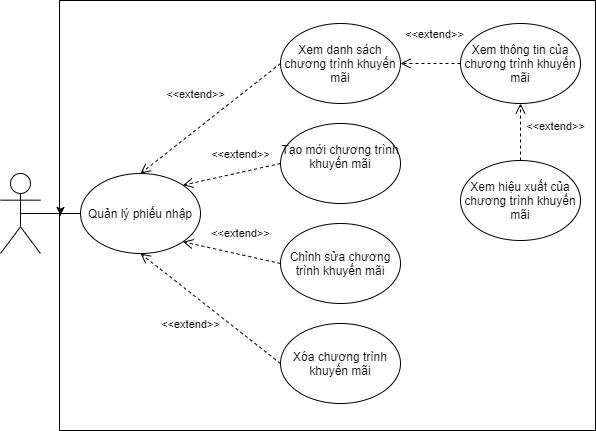
TccKaiCi/PTTK_CuaHangGiay keeps this draw.io diagram as Diagram/UseCase/QL.KhuyenMai.png. Above is the earlier version. Source tidied: cells renumbered, new cells last; positions are measured from the earlier drawing's top-left corner, leaving out a move shared by most shapes.
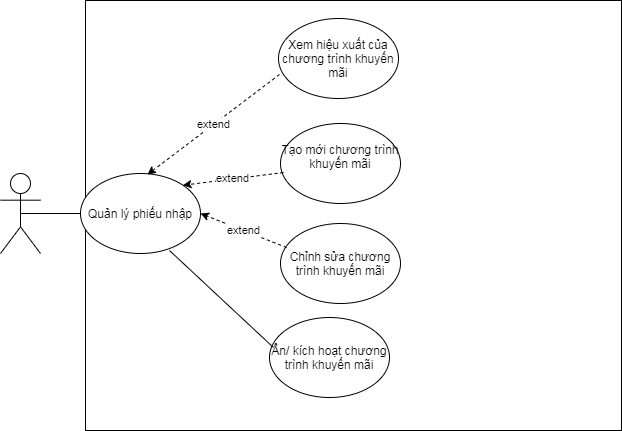
After the commit.

Diff of the diagram source:
```diff
@@ -2,9 +2,9 @@
   <root>
     <mxCell id="0" />
     <mxCell id="1" parent="0" />
-    <mxCell id="2" style="edgeStyle=orthogonalEdgeStyle;rounded=0;jettySize=auto;html=1;" parent="1" edge="1" source="3" target="14">
-      <mxGeometry relative="1" as="geometry" />
-    </mxCell>
+    <mxCell id="14" style="rounded=0;whiteSpace=wrap;html=1;gradientColor=#ffffff;labelBackgroundColor=none;noLabel=1;fontColor=none;fillColor=none;" parent="1" vertex="1">
+      <mxGeometry x="85" width="536" height="430" as="geometry" />
+    </mxCell>
     <mxCell id="3" style="shape=umlActor;verticalLabelPosition=bottom;verticalAlign=top;html=1;outlineConnect=0;" parent="1" vertex="1">
       <mxGeometry y="173" width="40" height="80" as="geometry" />
     </mxCell>
@@ -17,43 +17,26 @@
     <mxCell id="6" value="Tạo mới chương trình khuyến mãi&lt;br&gt;&amp;nbsp;" style="ellipse;whiteSpace=wrap;html=1;" parent="1" vertex="1">
       <mxGeometry x="280" y="123" width="120" height="80" as="geometry" />
     </mxCell>
-    <mxCell id="7" value="Xem danh sách chương trình khuyến mãi" style="ellipse;whiteSpace=wrap;html=1;" parent="1" vertex="1">
-      <mxGeometry x="280" y="23" width="120" height="80" as="geometry" />
-    </mxCell>
-    <mxCell id="8" value="Xóa chương trình khuyến mãi" style="ellipse;whiteSpace=wrap;html=1;" parent="1" vertex="1">
-      <mxGeometry x="280" y="323" width="120" height="80" as="geometry" />
+    <mxCell id="8" value="Ẩn/ kích hoạt chương trình khuyến mãi" style="ellipse;whiteSpace=wrap;html=1;" parent="1" vertex="1">
+      <mxGeometry x="269" y="317" width="120" height="80" as="geometry" />
     </mxCell>
     <mxCell id="9" style="endArrow=none;html=1;exitX=0.5;exitY=0.5;exitDx=0;exitDy=0;exitPerimeter=0;" parent="1" edge="1" source="3" target="4">
       <mxGeometry relative="1" as="geometry" />
     </mxCell>
-    <mxCell id="10" value="&amp;lt;&amp;lt;extend&amp;gt;&amp;gt;" style="html=1;verticalAlign=bottom;endArrow=open;dashed=1;endSize=8;exitX=0;exitY=0.5;exitDx=0;exitDy=0;entryX=0.5;entryY=0;entryDx=0;entryDy=0;" parent="1" edge="1" source="7" target="4">
-      <mxGeometry x="0.03" y="-21" relative="1" as="geometry" />
-    </mxCell>
-    <mxCell id="11" value="&amp;lt;&amp;lt;extend&amp;gt;&amp;gt;" style="html=1;verticalAlign=bottom;endArrow=open;dashed=1;endSize=8;exitX=0;exitY=0.5;exitDx=0;exitDy=0;entryX=0.5;entryY=1;entryDx=0;entryDy=0;" parent="1" edge="1" source="8" target="4">
-      <mxGeometry y="32" relative="1" as="geometry" />
-    </mxCell>
+    <mxCell id="16" value="Xem hiệu xuất của chương trình khuyến mãi&lt;br&gt;" style="ellipse;whiteSpace=wrap;html=1;" parent="1" vertex="1">
+      <mxGeometry x="278" y="18" width="120" height="80" as="geometry" />
+    </mxCell>
-    <mxCell id="12" value="&amp;lt;&amp;lt;extend&amp;gt;&amp;gt;" style="html=1;verticalAlign=bottom;endArrow=open;dashed=1;endSize=8;exitX=0;exitY=0.5;exitDx=0;exitDy=0;entryX=1;entryY=1;entryDx=0;entryDy=0;" parent="1" edge="1" source="5" target="4">
-      <mxGeometry x="-0.12" y="-13" relative="1" as="geometry">
-        <mxPoint y="1" as="offset" />
-      </mxGeometry>
+    <mxCell id="12" value="extend" style="endArrow=classic;html=1;exitX=0.05;exitY=0.3;exitDx=0;exitDy=0;exitPerimeter=0;entryX=1;entryY=0.5;entryDx=0;entryDy=0;dashed=1;" parent="1" edge="1" source="5" target="4">
+      <mxGeometry relative="1" as="geometry" />
     </mxCell>
-    <mxCell id="13" value="&amp;lt;&amp;lt;extend&amp;gt;&amp;gt;" style="html=1;verticalAlign=bottom;endArrow=open;dashed=1;endSize=8;exitX=0;exitY=0.5;exitDx=0;exitDy=0;entryX=1;entryY=0;entryDx=0;entryDy=0;" parent="1" edge="1" source="6" target="4">
-      <mxGeometry x="-0.22" y="-9" relative="1" as="geometry" />
+    <mxCell id="13" value="extend" style="endArrow=classic;html=1;exitX=0.025;exitY=0.613;exitDx=0;exitDy=0;exitPerimeter=0;entryX=1;entryY=0;entryDx=0;entryDy=0;dashed=1;" parent="1" edge="1" source="6" target="4">
+      <mxGeometry relative="1" as="geometry" />
     </mxCell>
-    <mxCell id="14" style="rounded=0;whiteSpace=wrap;html=1;gradientColor=#ffffff;labelBackgroundColor=none;noLabel=1;fontColor=none;fillColor=none;" parent="1" vertex="1">
-      <mxGeometry x="59" width="536" height="430" as="geometry" />
-    </mxCell>
-    <mxCell id="15" value="Xem thông tin của chương trình khuyến mãi" style="ellipse;whiteSpace=wrap;html=1;" parent="1" vertex="1">
-      <mxGeometry x="460" y="23" width="120" height="80" as="geometry" />
-    </mxCell>
-    <mxCell id="16" value="Xem hiệu xuất của chương trình khuyến mãi&lt;br&gt;" style="ellipse;whiteSpace=wrap;html=1;" parent="1" vertex="1">
-      <mxGeometry x="460" y="160" width="120" height="80" as="geometry" />
-    </mxCell>
-    <mxCell id="17" value="&amp;lt;&amp;lt;extend&amp;gt;&amp;gt;" style="html=1;verticalAlign=bottom;endArrow=open;dashed=1;endSize=8;exitX=0;exitY=0.5;exitDx=0;exitDy=0;entryX=1;entryY=0.5;entryDx=0;entryDy=0;" parent="1" edge="1" source="15" target="7">
-      <mxGeometry x="-0.13" y="-20" relative="1" as="geometry" />
-    </mxCell>
-    <mxCell id="18" value="&amp;lt;&amp;lt;extend&amp;gt;&amp;gt;" style="html=1;verticalAlign=bottom;endArrow=open;dashed=1;endSize=8;exitX=0.5;exitY=0;exitDx=0;exitDy=0;entryX=0.5;entryY=1;entryDx=0;entryDy=0;" parent="1" edge="1" source="16" target="15">
-      <mxGeometry x="-0.12" y="-35" relative="1" as="geometry" />
-    </mxCell>
+    <mxCell id="19" value="extend" style="endArrow=classic;html=1;exitX=0.008;exitY=0.7;exitDx=0;exitDy=0;exitPerimeter=0;entryX=0.558;entryY=0.013;entryDx=0;entryDy=0;entryPerimeter=0;dashed=1;" parent="1" edge="1" source="16" target="4">
+      <mxGeometry relative="1" as="geometry" />
+    </mxCell>
+    <mxCell id="20" style="endArrow=none;html=1;exitX=0.742;exitY=0.963;exitDx=0;exitDy=0;exitPerimeter=0;entryX=0.033;entryY=0.375;entryDx=0;entryDy=0;entryPerimeter=0;" parent="1" edge="1" source="4" target="8">
+      <mxGeometry relative="1" as="geometry" />
+    </mxCell>
   </root>
 </mxGraphModel>
```
